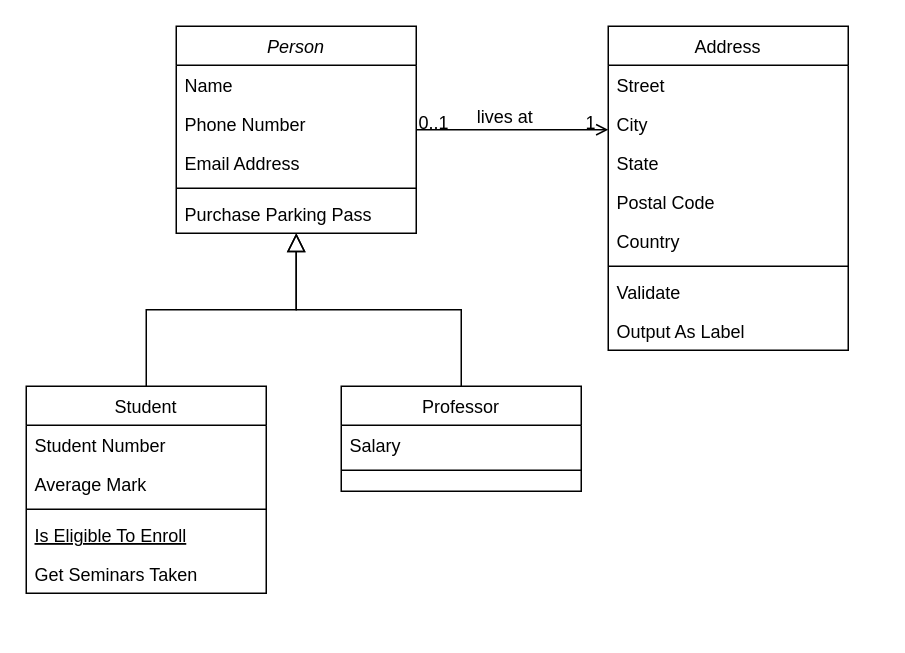
Earlier version of the draw.io diagram src/Diagrama sem nome.drawio (GrupoProjeto021/UML-Classroom-FCI). Source tidied: cells renumbered, new cells numbered last; positions are measured from the earlier drawing's top-left corner, leaving out a move shared by most shapes. Both pictures are drawn from the tidied source at 150%, with x=0, y=0 at pixel (26, 26).
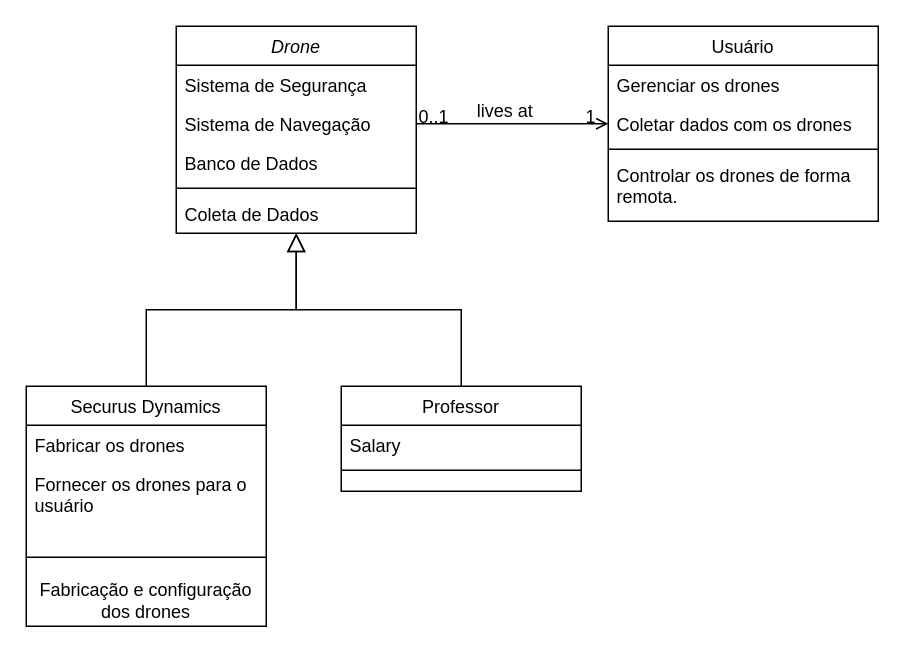
The same diagram, later.

What changed in the source:
```diff
@@
-    <mxCell id="2" value="Person" style="swimlane;fontStyle=2;align=center;verticalAlign=top;horizontal=1;startSize=26;rounded=0;shadow=0;strokeWidth=1;" parent="1" vertex="1">
+    <mxCell id="2" value="Drone" style="swimlane;fontStyle=2;align=center;verticalAlign=top;horizontal=1;startSize=26;rounded=0;shadow=0;strokeWidth=1;" parent="1" vertex="1">
       <mxGeometry x="100" width="160" height="138" as="geometry" />
     </mxCell>
-    <mxCell id="3" value="Name" style="text;align=left;verticalAlign=top;spacingLeft=4;spacingRight=4;overflow=hidden;" parent="2" vertex="1">
+    <mxCell id="3" value="Sistema de Segurança" style="text;align=left;verticalAlign=top;spacingLeft=4;spacingRight=4;overflow=hidden;" parent="2" vertex="1">
       <mxGeometry y="26" width="160" height="26" as="geometry" />
     </mxCell>
-    <mxCell id="4" value="Phone Number" style="text;align=left;verticalAlign=top;spacingLeft=4;spacingRight=4;overflow=hidden;rounded=0;shadow=0;html=0;" parent="2" vertex="1">
+    <mxCell id="4" value="Sistema de Navegação" style="text;align=left;verticalAlign=top;spacingLeft=4;spacingRight=4;overflow=hidden;rounded=0;shadow=0;html=0;" parent="2" vertex="1">
       <mxGeometry y="52" width="160" height="26" as="geometry" />
     </mxCell>
-    <mxCell id="5" value="Email Address" style="text;align=left;verticalAlign=top;spacingLeft=4;spacingRight=4;overflow=hidden;rounded=0;shadow=0;html=0;" parent="2" vertex="1">
+    <mxCell id="5" value="Banco de Dados" style="text;align=left;verticalAlign=top;spacingLeft=4;spacingRight=4;overflow=hidden;rounded=0;shadow=0;html=0;" parent="2" vertex="1">
       <mxGeometry y="78" width="160" height="26" as="geometry" />
     </mxCell>
@@
-    <mxCell id="7" value="Purchase Parking Pass" style="text;align=left;verticalAlign=top;spacingLeft=4;spacingRight=4;overflow=hidden;" parent="2" vertex="1">
+    <mxCell id="7" value="Coleta de Dados" style="text;align=left;verticalAlign=top;spacingLeft=4;spacingRight=4;overflow=hidden;" parent="2" vertex="1">
       <mxGeometry y="112" width="160" height="26" as="geometry" />
     </mxCell>
-    <mxCell id="8" value="Student" style="swimlane;fontStyle=0;align=center;verticalAlign=top;horizontal=1;startSize=26;rounded=0;shadow=0;strokeWidth=1;" parent="1" vertex="1">
-      <mxGeometry y="240" width="160" height="138" as="geometry" />
+    <mxCell id="8" value="Securus Dynamics" style="swimlane;fontStyle=0;align=center;verticalAlign=top;horizontal=1;startSize=26;rounded=0;shadow=0;strokeWidth=1;" parent="1" vertex="1">
+      <mxGeometry y="240" width="160" height="160" as="geometry" />
     </mxCell>
-    <mxCell id="9" value="Student Number" style="text;align=left;verticalAlign=top;spacingLeft=4;spacingRight=4;overflow=hidden;" parent="8" vertex="1">
+    <mxCell id="9" value="Fabricar os drones" style="text;align=left;verticalAlign=top;spacingLeft=4;spacingRight=4;overflow=hidden;" parent="8" vertex="1">
       <mxGeometry y="26" width="160" height="26" as="geometry" />
     </mxCell>
-    <mxCell id="10" value="Average Mark" style="text;align=left;verticalAlign=top;spacingLeft=4;spacingRight=4;overflow=hidden;rounded=0;shadow=0;html=0;" parent="8" vertex="1">
-      <mxGeometry y="52" width="160" height="26" as="geometry" />
+    <mxCell id="10" value="Fornecer os drones para o&#10;usuário" style="text;align=left;verticalAlign=top;spacingLeft=4;spacingRight=4;overflow=hidden;rounded=0;shadow=0;html=0;" parent="8" vertex="1">
+      <mxGeometry y="52" width="160" height="48" as="geometry" />
     </mxCell>
     <mxCell id="11" style="line;html=1;strokeWidth=1;align=left;verticalAlign=middle;spacingTop=-1;spacingLeft=3;spacingRight=3;labelPosition=right;" parent="8" vertex="1">
-      <mxGeometry y="78" width="160" height="8" as="geometry" />
+      <mxGeometry y="100" width="160" height="28" as="geometry" />
     </mxCell>
-    <mxCell id="12" value="Is Eligible To Enroll" style="text;align=left;verticalAlign=top;spacingLeft=4;spacingRight=4;overflow=hidden;fontStyle=4;" parent="8" vertex="1">
-      <mxGeometry y="86" width="160" height="26" as="geometry" />
-    </mxCell>
-    <mxCell id="13" value="Get Seminars Taken" style="text;align=left;verticalAlign=top;spacingLeft=4;spacingRight=4;overflow=hidden;" parent="8" vertex="1">
-      <mxGeometry y="112" width="160" height="26" as="geometry" />
-    </mxCell>
+    <mxCell id="32" value="Fabricação e configuração dos drones" style="text;html=1;align=center;verticalAlign=middle;whiteSpace=wrap;rounded=0;" parent="8" vertex="1">
+      <mxGeometry y="128" width="160" height="30" as="geometry" />
+    </mxCell>
@@
-    <mxCell id="19" value="Address" style="swimlane;fontStyle=0;align=center;verticalAlign=top;horizontal=1;startSize=26;rounded=0;shadow=0;strokeWidth=1;" parent="1" vertex="1">
-      <mxGeometry x="388" width="160" height="216" as="geometry" />
+    <mxCell id="19" value="Usuário" style="swimlane;fontStyle=0;align=center;verticalAlign=top;horizontal=1;startSize=26;rounded=0;shadow=0;strokeWidth=1;" parent="1" vertex="1">
+      <mxGeometry x="388" width="180" height="130" as="geometry" />
     </mxCell>
-    <mxCell id="20" value="Street" style="text;align=left;verticalAlign=top;spacingLeft=4;spacingRight=4;overflow=hidden;" parent="19" vertex="1">
-      <mxGeometry y="26" width="160" height="26" as="geometry" />
+    <mxCell id="20" value="Gerenciar os drones" style="text;align=left;verticalAlign=top;spacingLeft=4;spacingRight=4;overflow=hidden;" parent="19" vertex="1">
+      <mxGeometry y="26" width="180" height="26" as="geometry" />
     </mxCell>
-    <mxCell id="21" value="City" style="text;align=left;verticalAlign=top;spacingLeft=4;spacingRight=4;overflow=hidden;rounded=0;shadow=0;html=0;" parent="19" vertex="1">
-      <mxGeometry y="52" width="160" height="26" as="geometry" />
+    <mxCell id="21" value="Coletar dados com os drones" style="text;align=left;verticalAlign=top;spacingLeft=4;spacingRight=4;overflow=hidden;rounded=0;shadow=0;html=0;" parent="19" vertex="1">
+      <mxGeometry y="52" width="180" height="26" as="geometry" />
     </mxCell>
-    <mxCell id="22" value="State" style="text;align=left;verticalAlign=top;spacingLeft=4;spacingRight=4;overflow=hidden;rounded=0;shadow=0;html=0;" parent="19" vertex="1">
-      <mxGeometry y="78" width="160" height="26" as="geometry" />
-    </mxCell>
-    <mxCell id="23" value="Postal Code" style="text;align=left;verticalAlign=top;spacingLeft=4;spacingRight=4;overflow=hidden;rounded=0;shadow=0;html=0;" parent="19" vertex="1">
-      <mxGeometry y="104" width="160" height="26" as="geometry" />
-    </mxCell>
-    <mxCell id="24" value="Country" style="text;align=left;verticalAlign=top;spacingLeft=4;spacingRight=4;overflow=hidden;rounded=0;shadow=0;html=0;" parent="19" vertex="1">
-      <mxGeometry y="130" width="160" height="26" as="geometry" />
-    </mxCell>
     <mxCell id="25" style="line;html=1;strokeWidth=1;align=left;verticalAlign=middle;spacingTop=-1;spacingLeft=3;spacingRight=3;labelPosition=right;" parent="19" vertex="1">
-      <mxGeometry y="156" width="160" height="8" as="geometry" />
+      <mxGeometry y="78" width="180" height="8" as="geometry" />
     </mxCell>
-    <mxCell id="26" value="Validate" style="text;align=left;verticalAlign=top;spacingLeft=4;spacingRight=4;overflow=hidden;" parent="19" vertex="1">
-      <mxGeometry y="164" width="160" height="26" as="geometry" />
+    <mxCell id="26" value="Controlar os drones de forma&#10;remota." style="text;align=left;verticalAlign=top;spacingLeft=4;spacingRight=4;overflow=hidden;" parent="19" vertex="1">
+      <mxGeometry y="86" width="180" height="34" as="geometry" />
     </mxCell>
-    <mxCell id="27" value="Output As Label" style="text;align=left;verticalAlign=top;spacingLeft=4;spacingRight=4;overflow=hidden;" parent="19" vertex="1">
-      <mxGeometry y="190" width="160" height="26" as="geometry" />
-    </mxCell>
```
